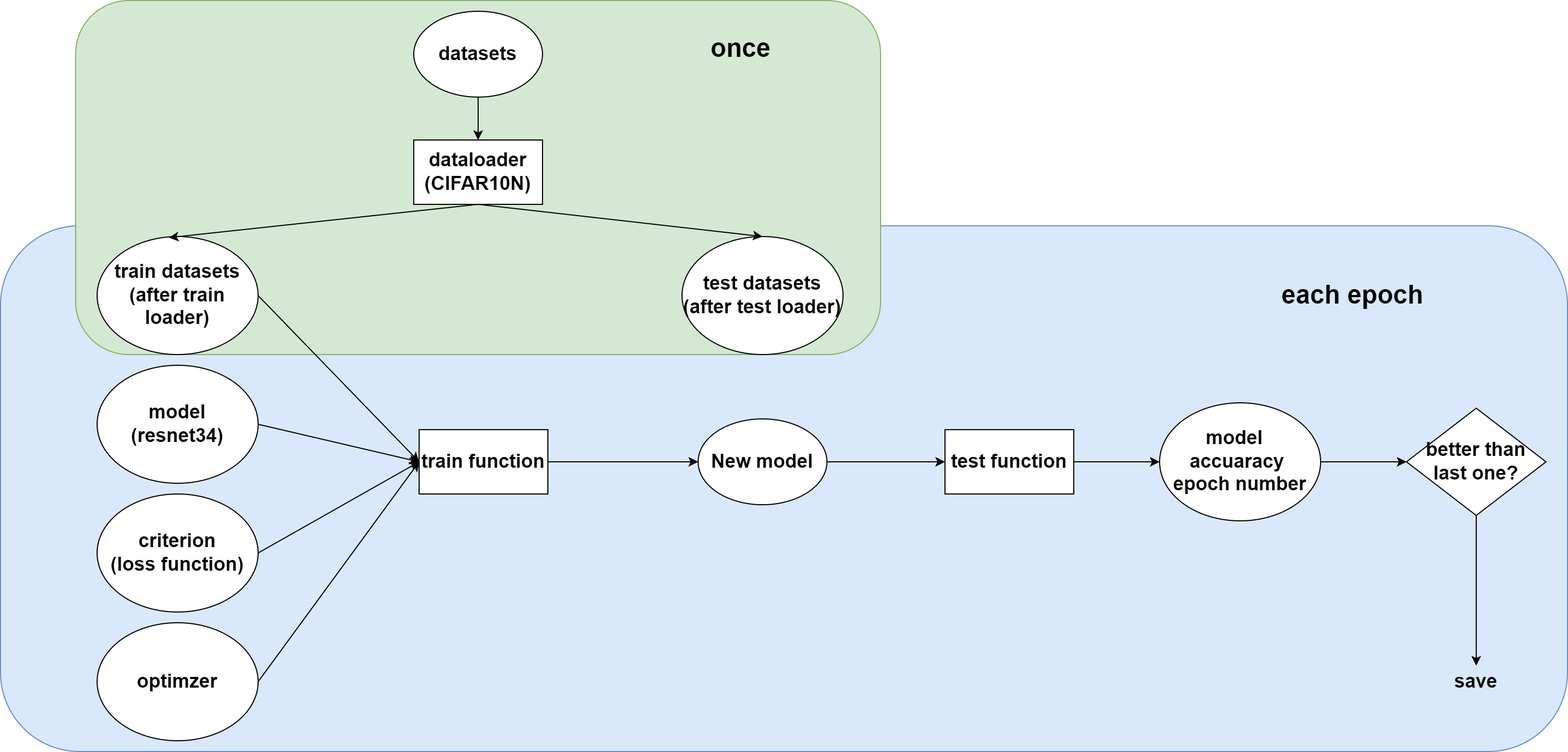
Before: media/CIFAR_10N_CNN code flow chart.png, a diagram exported from draw.io (linzhe001/tutorial_notebooks). Source tidied: cells renumbered, new cells last; positions are measured from the earlier drawing's top-left corner, leaving out a move shared by most shapes. Its diagram source:
```xml
<mxGraphModel>
  <root>
    <mxCell id="0" />
    <mxCell id="1" parent="0" />
    <mxCell id="2" style="rounded=1;whiteSpace=wrap;html=1;fillColor=#dae8fc;strokeColor=#6c8ebf;" parent="1" vertex="1">
      <mxGeometry y="210" width="1460" height="490" as="geometry" />
    </mxCell>
    <mxCell id="3" style="rounded=1;whiteSpace=wrap;html=1;fillColor=#d5e8d4;strokeColor=#82b366;" parent="1" vertex="1">
      <mxGeometry x="70" width="750" height="330" as="geometry" />
    </mxCell>
    <mxCell id="4" value="dataloader (CIFAR10N)" style="rounded=0;whiteSpace=wrap;html=1;fontSize=18;fontStyle=1;" parent="1" vertex="1">
      <mxGeometry x="385" y="130" width="120" height="60" as="geometry" />
    </mxCell>
    <mxCell id="5" value="datasets" style="ellipse;whiteSpace=wrap;html=1;fontSize=18;fontStyle=1;" parent="1" vertex="1">
      <mxGeometry x="385" y="10" width="120" height="80" as="geometry" />
    </mxCell>
    <mxCell id="6" value="train datasets&lt;div style=&quot;font-size: 18px;&quot;&gt;(after train loader)&lt;/div&gt;" style="ellipse;whiteSpace=wrap;html=1;fontSize=18;fontStyle=1;" parent="1" vertex="1">
      <mxGeometry x="90" y="220" width="150" height="110" as="geometry" />
    </mxCell>
    <mxCell id="7" value="test datasets&lt;div style=&quot;font-size: 18px;&quot;&gt;(after test loader)&lt;/div&gt;" style="ellipse;whiteSpace=wrap;html=1;fontSize=18;fontStyle=1;" parent="1" vertex="1">
      <mxGeometry x="635" y="220" width="150" height="110" as="geometry" />
    </mxCell>
    <mxCell id="8" value="train function" style="rounded=0;whiteSpace=wrap;html=1;fontSize=18;fontStyle=1;" parent="1" vertex="1">
      <mxGeometry x="390" y="400" width="120" height="60" as="geometry" />
    </mxCell>
    <mxCell id="9" value="model&lt;div style=&quot;font-size: 18px;&quot;&gt;(resnet34)&lt;/div&gt;" style="ellipse;whiteSpace=wrap;html=1;fontSize=18;fontStyle=1;strokeColor=default;align=center;verticalAlign=middle;fontFamily=Helvetica;fontColor=default;fillColor=default;" parent="1" vertex="1">
      <mxGeometry x="90" y="340" width="150" height="110" as="geometry" />
    </mxCell>
    <mxCell id="10" value="criterion&lt;div style=&quot;font-size: 18px;&quot;&gt;(loss function)&lt;/div&gt;" style="ellipse;whiteSpace=wrap;html=1;fontSize=18;fontStyle=1;" parent="1" vertex="1">
      <mxGeometry x="90" y="460" width="150" height="110" as="geometry" />
    </mxCell>
    <mxCell id="11" value="optimzer" style="ellipse;whiteSpace=wrap;html=1;fontSize=18;fontStyle=1;" parent="1" vertex="1">
      <mxGeometry x="90" y="580" width="150" height="110" as="geometry" />
    </mxCell>
    <mxCell id="12" value="New model" style="ellipse;whiteSpace=wrap;html=1;fontSize=18;fontStyle=1;" parent="1" vertex="1">
      <mxGeometry x="650" y="390" width="120" height="80" as="geometry" />
    </mxCell>
    <mxCell id="13" value="test function" style="rounded=0;whiteSpace=wrap;html=1;fontSize=18;fontStyle=1;" parent="1" vertex="1">
      <mxGeometry x="880" y="400" width="120" height="60" as="geometry" />
    </mxCell>
    <mxCell id="14" value="model&amp;nbsp;&lt;span style=&quot;background-color: initial;&quot;&gt;&amp;nbsp;&lt;/span&gt;&lt;div&gt;&lt;div style=&quot;font-size: 18px;&quot;&gt;accuaracy&amp;nbsp;&lt;/div&gt;&lt;div style=&quot;font-size: 18px;&quot;&gt;epoch number&lt;/div&gt;&lt;/div&gt;" style="ellipse;whiteSpace=wrap;html=1;fontSize=18;fontStyle=1;" parent="1" vertex="1">
      <mxGeometry x="1080" y="375" width="150" height="110" as="geometry" />
    </mxCell>
    <mxCell id="15" style="endArrow=classic;html=1;rounded=0;exitX=0.5;exitY=1;exitDx=0;exitDy=0;fontSize=18;fontStyle=1;" parent="1" edge="1" source="5" target="4">
      <mxGeometry relative="1" as="geometry" />
    </mxCell>
    <mxCell id="16" style="endArrow=classic;html=1;rounded=0;exitX=0.5;exitY=1;exitDx=0;exitDy=0;entryX=0.446;entryY=0.009;entryDx=0;entryDy=0;entryPerimeter=0;fontSize=18;fontStyle=1;" parent="1" edge="1" source="4" target="6">
      <mxGeometry relative="1" as="geometry" />
    </mxCell>
    <mxCell id="17" style="endArrow=classic;html=1;rounded=0;exitX=0.5;exitY=1;exitDx=0;exitDy=0;entryX=0.5;entryY=0;entryDx=0;entryDy=0;fontSize=18;fontStyle=1;" parent="1" edge="1" source="4" target="7">
      <mxGeometry relative="1" as="geometry" />
    </mxCell>
    <mxCell id="18" style="endArrow=classic;html=1;rounded=0;exitX=1;exitY=0.5;exitDx=0;exitDy=0;entryX=0;entryY=0.5;entryDx=0;entryDy=0;fontSize=18;fontStyle=1;" parent="1" edge="1" source="6" target="8">
      <mxGeometry relative="1" as="geometry" />
    </mxCell>
    <mxCell id="19" style="endArrow=classic;html=1;rounded=0;exitX=1;exitY=0.5;exitDx=0;exitDy=0;fontSize=18;fontStyle=1;" parent="1" edge="1" source="9">
      <mxGeometry relative="1" as="geometry">
        <mxPoint x="390" y="430" as="targetPoint" />
      </mxGeometry>
    </mxCell>
    <mxCell id="20" style="endArrow=classic;html=1;rounded=0;exitX=1;exitY=0.5;exitDx=0;exitDy=0;entryX=0;entryY=0.5;entryDx=0;entryDy=0;fontSize=18;fontStyle=1;" parent="1" edge="1" source="10" target="8">
      <mxGeometry relative="1" as="geometry" />
    </mxCell>
    <mxCell id="21" style="endArrow=classic;html=1;rounded=0;exitX=1;exitY=0.5;exitDx=0;exitDy=0;entryX=0;entryY=0.5;entryDx=0;entryDy=0;fontSize=18;fontStyle=1;" parent="1" edge="1" source="11" target="8">
      <mxGeometry relative="1" as="geometry" />
    </mxCell>
    <mxCell id="22" style="endArrow=classic;html=1;rounded=0;exitX=1;exitY=0.5;exitDx=0;exitDy=0;fontSize=18;fontStyle=1;" parent="1" edge="1" source="8" target="12">
      <mxGeometry relative="1" as="geometry" />
    </mxCell>
    <mxCell id="23" style="endArrow=classic;html=1;rounded=0;exitX=1;exitY=0.5;exitDx=0;exitDy=0;entryX=0;entryY=0.5;entryDx=0;entryDy=0;fontSize=18;fontStyle=1;" parent="1" edge="1" source="12" target="13">
      <mxGeometry relative="1" as="geometry" />
    </mxCell>
    <mxCell id="24" style="endArrow=classic;html=1;rounded=0;exitX=1;exitY=0.5;exitDx=0;exitDy=0;entryX=0;entryY=0.5;entryDx=0;entryDy=0;fontSize=18;fontStyle=1;" parent="1" edge="1" source="13" target="14">
      <mxGeometry relative="1" as="geometry" />
    </mxCell>
    <mxCell id="25" value="better than last one?" style="rhombus;whiteSpace=wrap;html=1;fontSize=18;fontStyle=1;" parent="1" vertex="1">
      <mxGeometry x="1310" y="380" width="130" height="100" as="geometry" />
    </mxCell>
    <mxCell id="26" style="endArrow=classic;html=1;rounded=0;exitX=1;exitY=0.5;exitDx=0;exitDy=0;entryX=0;entryY=0.5;entryDx=0;entryDy=0;fontSize=18;fontStyle=1;" parent="1" edge="1" source="14" target="25">
      <mxGeometry relative="1" as="geometry" />
    </mxCell>
    <mxCell id="27" style="endArrow=classic;html=1;rounded=0;exitX=0.5;exitY=1;exitDx=0;exitDy=0;fontSize=18;fontStyle=1;entryX=0.5;entryY=0;entryDx=0;entryDy=0;" parent="1" edge="1" source="25" target="28">
      <mxGeometry relative="1" as="geometry" />
    </mxCell>
    <mxCell id="28" value="save" style="text;html=1;align=center;verticalAlign=middle;whiteSpace=wrap;rounded=0;fontSize=18;fontStyle=1;" parent="1" vertex="1">
      <mxGeometry x="1345" y="620" width="60" height="30" as="geometry" />
    </mxCell>
    <mxCell id="29" value="&lt;font size=&quot;1&quot; style=&quot;&quot;&gt;&lt;b style=&quot;font-size: 24px;&quot;&gt;once&lt;/b&gt;&lt;/font&gt;" style="text;html=1;align=center;verticalAlign=middle;whiteSpace=wrap;rounded=0;" parent="1" vertex="1">
      <mxGeometry x="660" y="30" width="60" height="30" as="geometry" />
    </mxCell>
    <mxCell id="30" value="&lt;b style=&quot;&quot;&gt;&lt;font style=&quot;font-size: 24px;&quot;&gt;each epoch&lt;/font&gt;&lt;/b&gt;" style="text;html=1;align=center;verticalAlign=middle;whiteSpace=wrap;rounded=0;" parent="1" vertex="1">
      <mxGeometry x="1180" y="265" width="160" height="20" as="geometry" />
    </mxCell>
  </root>
</mxGraphModel>
```
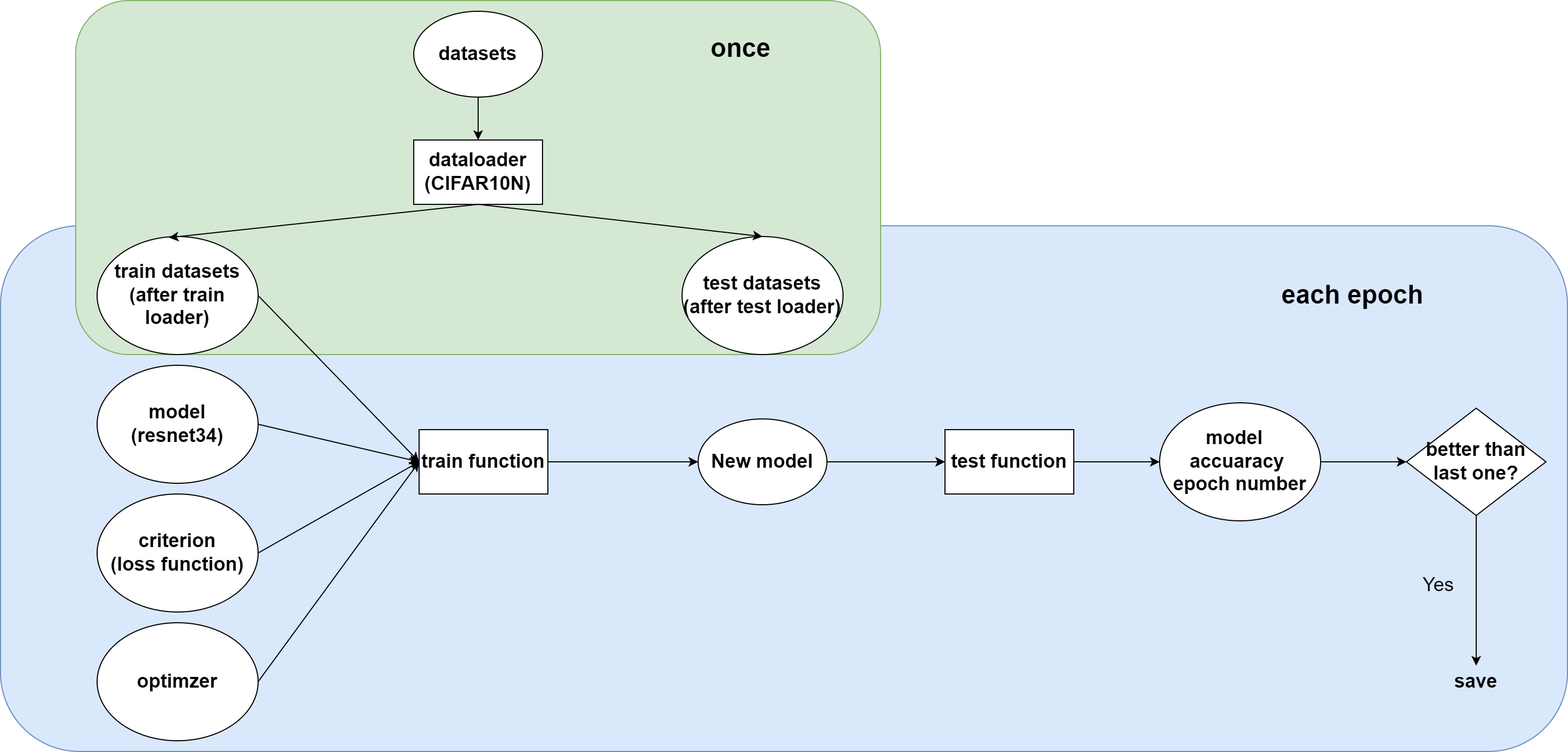
The same diagram one commit later.

What changed in the source:
```diff
@@ -91,5 +91,8 @@
     <mxCell id="30" value="&lt;b style=&quot;&quot;&gt;&lt;font style=&quot;font-size: 24px;&quot;&gt;each epoch&lt;/font&gt;&lt;/b&gt;" style="text;html=1;align=center;verticalAlign=middle;whiteSpace=wrap;rounded=0;" parent="1" vertex="1">
       <mxGeometry x="1180" y="265" width="160" height="20" as="geometry" />
     </mxCell>
+    <mxCell id="31" value="&lt;font style=&quot;font-size: 18px;&quot;&gt;Yes&lt;/font&gt;" style="text;html=1;align=center;verticalAlign=middle;whiteSpace=wrap;rounded=0;" parent="1" vertex="1">
+      <mxGeometry x="1310" y="530" width="60" height="30" as="geometry" />
+    </mxCell>
   </root>
 </mxGraphModel>
```
